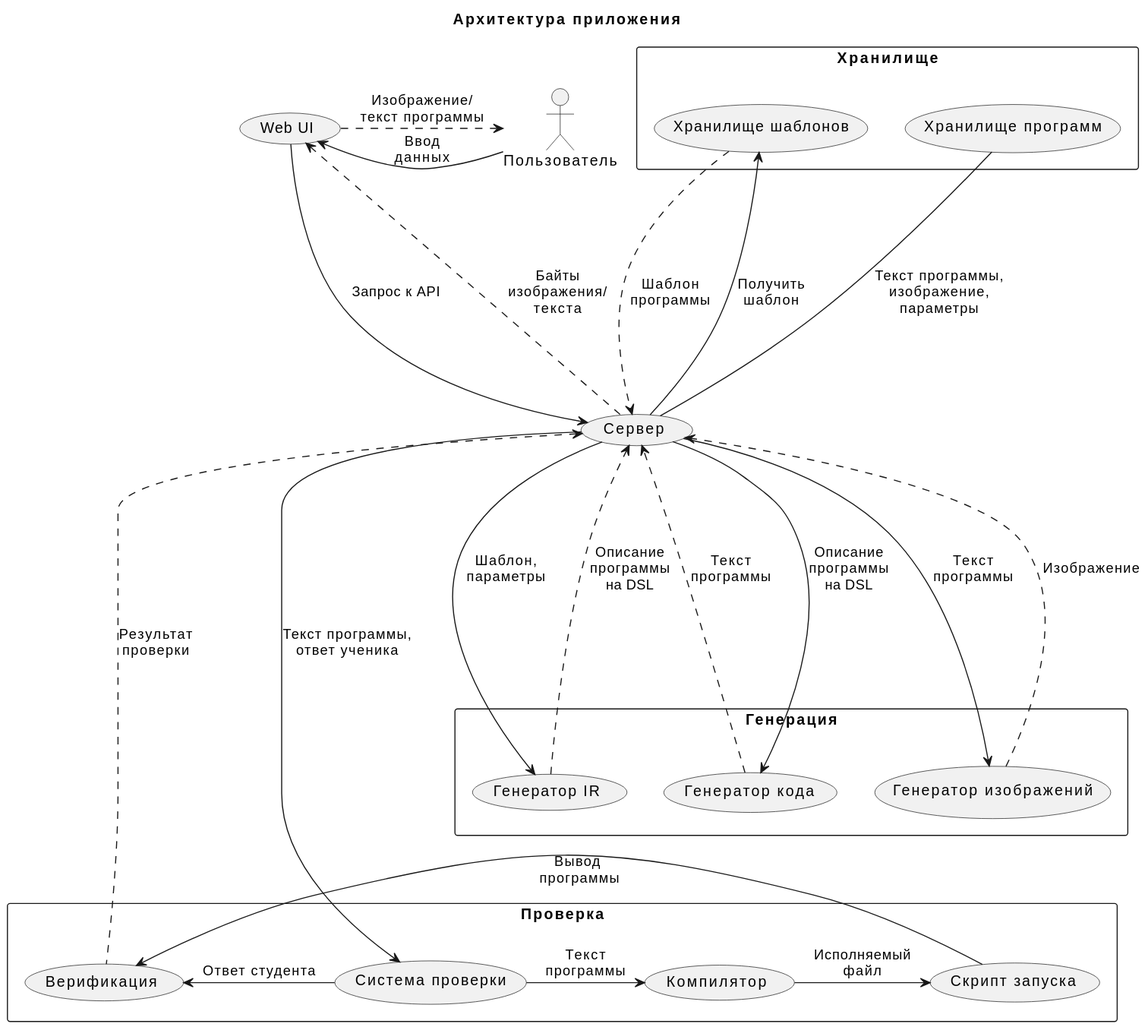
Above: thesis/images/architecture.svg in neckbosov/bosov-diploma (PlantUML), before the change.
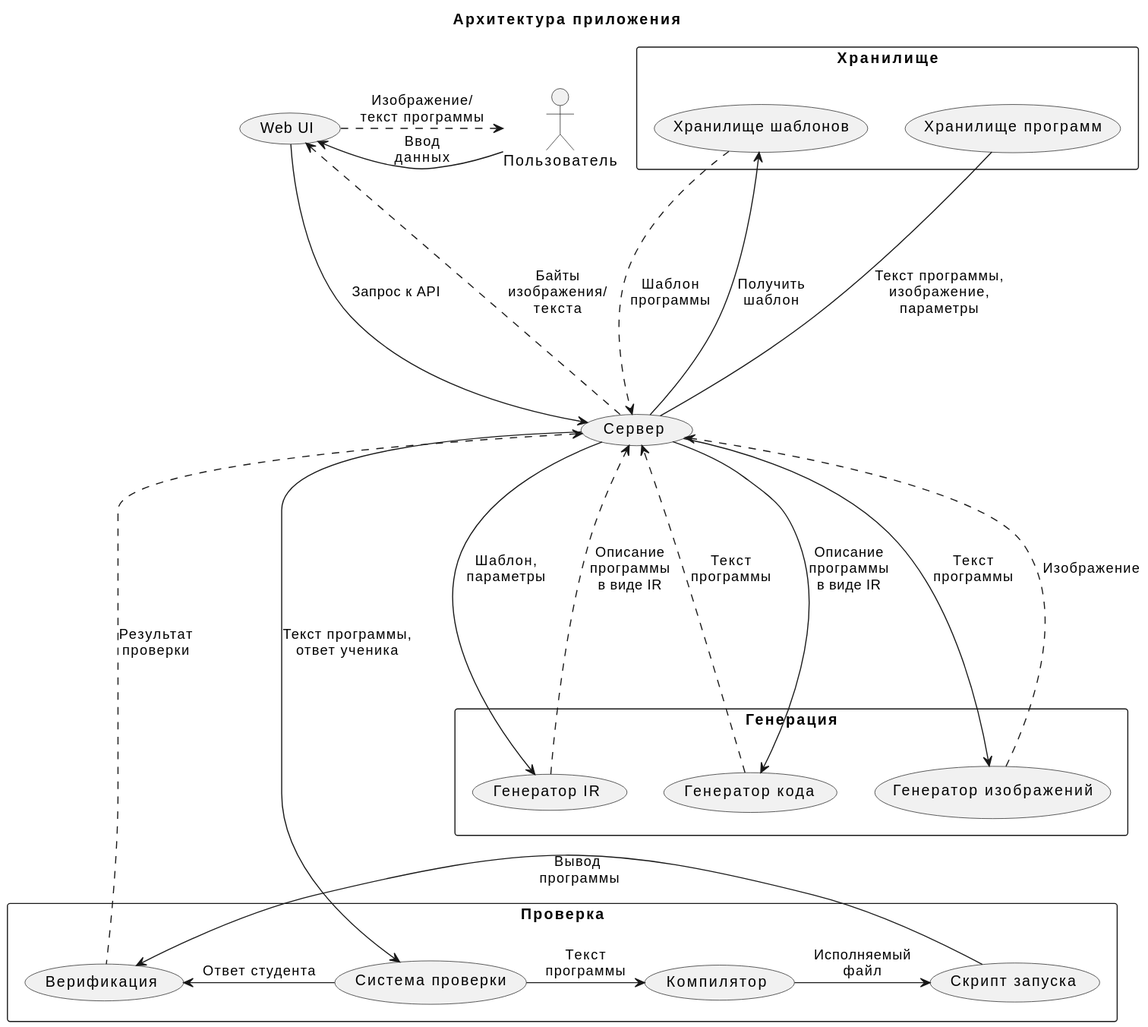
Later version of the same file.

Commit message:
fix schema notes

Change to the diagram source:
```diff
@@ -26,8 +26,8 @@
 (Сервер) -left----> (Хранилище шаблонов): "Получить\nшаблон"
 (Хранилище шаблонов) ....> (Сервер): "Шаблон\nпрограммы"
 (Сервер) -down----> (Генератор IR): "Шаблон,\nпараметры"
-(Генератор IR) ....> (Сервер): "Описание\nпрограммы\nна DSL"
-(Сервер) ----> (Генератор кода): "Описание\nпрограммы\nна DSL"
+(Генератор IR) ....> (Сервер): "Описание\nпрограммы\nв виде IR"
+(Сервер) ----> (Генератор кода): "Описание\nпрограммы\nв виде IR"
 (Генератор кода) ....> (Сервер): "Текст\nпрограммы"
 (Сервер) ----> (Генератор изображений): "Текст\nпрограммы"
 (Генератор изображений) ....> (Сервер): Изображение
```
